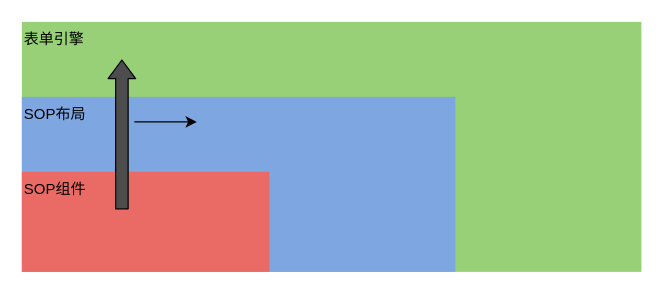
Above: micro-mod/my123.drawio in Ekko306/diagrams.net (draw.io), before the change. Source tidied: cells renumbered, new cells numbered last; positions are measured from the earlier drawing's top-left corner, leaving out a move shared by most shapes. Both pictures are drawn from the tidied source at 125%, with x=0, y=0 at pixel (21, 21).
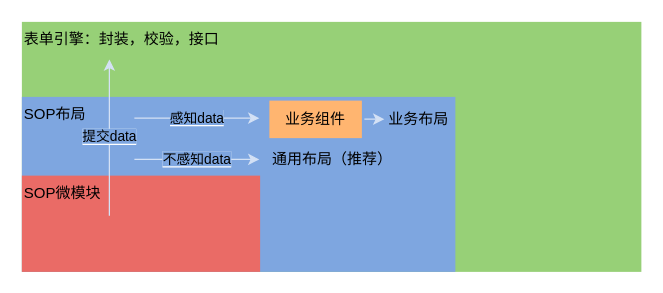
The same diagram, later.

Change to the diagram source:
```diff
@@
 <mxGraphModel>
   <root>
     <mxCell id="0" />
     <mxCell id="1" parent="0" />
-    <mxCell id="2" value="&lt;div&gt;&lt;font color=&quot;#000000&quot;&gt;表单引擎&lt;/font&gt;&lt;/div&gt;&lt;div&gt;&lt;/div&gt;" style="rounded=0;whiteSpace=wrap;html=1;align=left;verticalAlign=top;fontColor=#ffffff;strokeColor=none;fillColor=#97D077;" parent="1" vertex="1">
+    <mxCell id="2" value="&lt;div&gt;&lt;font color=&quot;#000000&quot;&gt;表单引擎：封装，校验，接口&lt;/font&gt;&lt;/div&gt;&lt;div&gt;&lt;/div&gt;" style="rounded=0;whiteSpace=wrap;html=1;align=left;verticalAlign=top;fontColor=#ffffff;strokeColor=none;fillColor=#97D077;" parent="1" vertex="1">
       <mxGeometry width="495.6" height="200" as="geometry" />
     </mxCell>
     <mxCell id="3" value="&lt;div&gt;&lt;span&gt;SOP布局&lt;/span&gt;&lt;/div&gt;&lt;div&gt;&lt;/div&gt;" style="rounded=0;whiteSpace=wrap;html=1;align=left;verticalAlign=top;strokeColor=none;fillColor=#7EA6E0;" parent="1" vertex="1">
       <mxGeometry y="60" width="346.8" height="140" as="geometry" />
     </mxCell>
-    <mxCell id="4" value="&lt;div&gt;&lt;span&gt;SOP组件&lt;/span&gt;&lt;/div&gt;&lt;div&gt;&lt;/div&gt;" style="rounded=0;whiteSpace=wrap;html=1;align=left;verticalAlign=top;strokeColor=none;fillColor=#EA6B66;" parent="1" vertex="1">
-      <mxGeometry y="120" width="198" height="80" as="geometry" />
+    <mxCell id="4" value="&lt;div&gt;&lt;span&gt;SOP微模块&lt;/span&gt;&lt;/div&gt;&lt;div&gt;&lt;/div&gt;" style="rounded=0;whiteSpace=wrap;html=1;align=left;verticalAlign=top;strokeColor=none;fillColor=#EA6B66;" parent="1" vertex="1">
+      <mxGeometry y="123" width="190.6" height="77" as="geometry" />
     </mxCell>
-    <mxCell id="5" style="shape=flexArrow;endArrow=classic;html=1;endWidth=11;endSize=4.62;fillColor=#4D4D4D;" parent="1" edge="1">
-      <mxGeometry relative="1" as="geometry">
-        <mxPoint x="80" y="150" as="sourcePoint" />
-        <mxPoint x="80" y="30" as="targetPoint" />
-      </mxGeometry>
-    </mxCell>
-    <mxCell id="6" style="endArrow=classic;html=1;fillColor=#4D4D4D;" parent="1" edge="1">
+    <mxCell id="6" value="&lt;span style=&quot;background-color: rgb(126 , 166 , 224)&quot;&gt;感知data&lt;/span&gt;" style="endArrow=classic;html=1;fillColor=#4D4D4D;strokeColor=#D4E1F5;" parent="1" edge="1">
       <mxGeometry relative="1" as="geometry">
-        <mxPoint x="90" y="80" as="sourcePoint" />
-        <mxPoint x="140" y="80" as="targetPoint" />
+        <mxPoint x="90" y="77" as="sourcePoint" />
+        <mxPoint x="190" y="77" as="targetPoint" />
       </mxGeometry>
     </mxCell>
+    <mxCell id="7" value="&lt;span style=&quot;background-color: rgb(126 , 166 , 224)&quot;&gt;不感知data&lt;/span&gt;" style="endArrow=classic;html=1;fillColor=#4D4D4D;strokeColor=#D4E1F5;" parent="1" edge="1">
+      <mxGeometry relative="1" as="geometry">
+        <mxPoint x="90" y="110" as="sourcePoint" />
+        <mxPoint x="190" y="110" as="targetPoint" />
+      </mxGeometry>
+    </mxCell>
+    <mxCell id="8" value="&lt;div style=&quot;&quot;&gt;&lt;span&gt;业务组件&lt;/span&gt;&lt;/div&gt;&lt;div&gt;&lt;/div&gt;" style="rounded=0;whiteSpace=wrap;html=1;align=center;verticalAlign=middle;strokeColor=none;fillColor=#FFB570;" parent="1" vertex="1">
+      <mxGeometry x="198" y="63" width="74" height="30" as="geometry" />
+    </mxCell>
+    <mxCell id="9" value="&lt;span style=&quot;background-color: rgb(126 , 166 , 224)&quot;&gt;提交data&lt;/span&gt;" style="endArrow=classic;html=1;strokeColor=#D4E1F5;fillColor=#D4E1F5;" parent="1" edge="1">
+      <mxGeometry relative="1" as="geometry">
+        <mxPoint x="70" y="155" as="sourcePoint" />
+        <mxPoint x="70" y="30" as="targetPoint" />
+      </mxGeometry>
+    </mxCell>
+    <mxCell id="10" style="endArrow=classic;html=1;strokeColor=#D4E1F5;fillColor=#D4E1F5;" parent="1" edge="1">
+      <mxGeometry relative="1" as="geometry">
+        <mxPoint x="274" y="77.8" as="sourcePoint" />
+        <mxPoint x="290" y="77.8" as="targetPoint" />
+      </mxGeometry>
+    </mxCell>
+    <mxCell id="11" value="业务布局" style="text;html=1;align=center;verticalAlign=middle;strokeColor=none;" parent="1" vertex="1">
+      <mxGeometry x="286.8" y="68" width="60" height="20" as="geometry" />
+    </mxCell>
+    <mxCell id="12" value="通用布局（推荐）" style="text;html=1;align=center;verticalAlign=middle;strokeColor=none;" parent="1" vertex="1">
+      <mxGeometry x="192.8" y="100" width="110" height="20" as="geometry" />
+    </mxCell>
   </root>
 </mxGraphModel>
```
